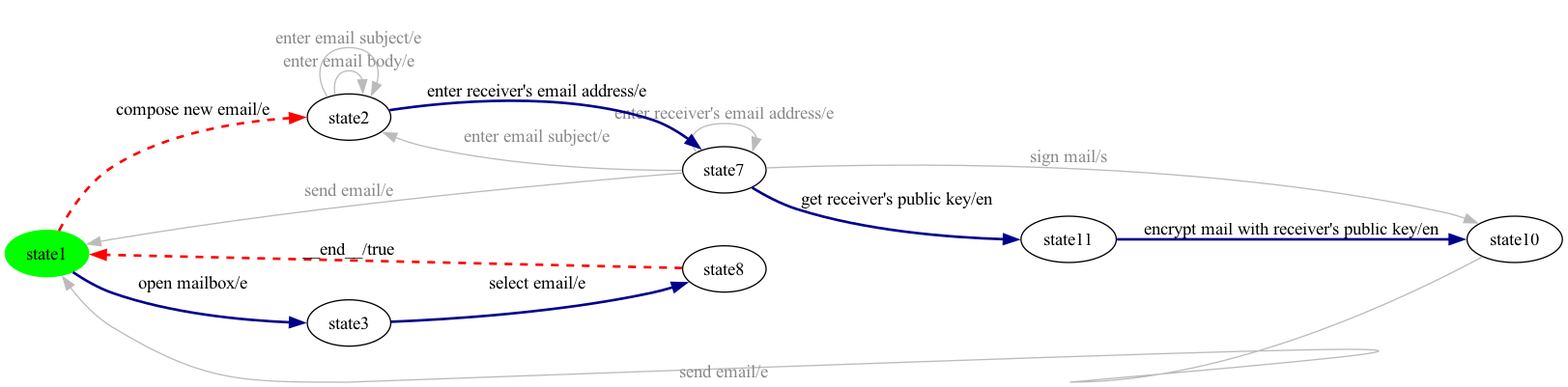
dilekozturk93/vibes keeps this Graphviz diagram as milestone-reports/per-product-all-states/eMail/eMail-product5-walk.png. Above is the earlier version. Its source is kept beside it as milestone-reports/per-product-all-states/eMail/eMail-product5-walk.dot.
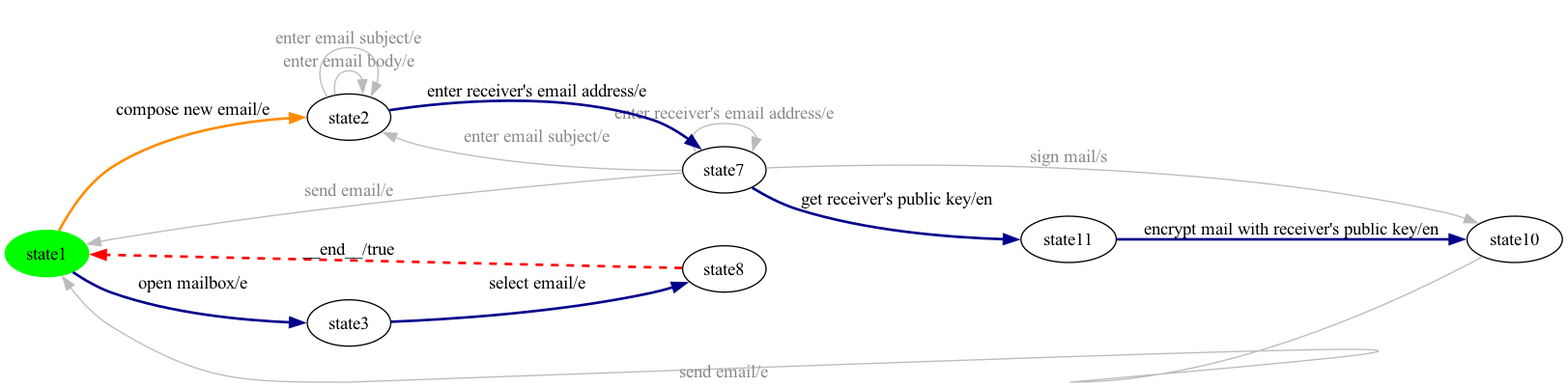
After the commit.

What changed in the source:
```diff
@@ -16,7 +16,7 @@
 state3 -> state5 [ label=" enter email subject/e ", color="#bbbbbb", fontcolor="#888888" ];
 state2 -> state0 [ label=" __end__/true ", style=dashed, color=red, penwidth=2 ];
 state0 -> state6 [ label=" open mailbox/e ", style=bold, color=darkblue, penwidth=2 ];
-state0 -> state5 [ label=" compose new email/e ", style=dashed, color=red, penwidth=2 ];
+state0 -> state5 [ label=" compose new email/e ", style=bold, color=darkorange, penwidth=2 ];
 state5 -> state5 [ label=" enter email body/e ", color="#bbbbbb", fontcolor="#888888" ];
 state5 -> state5 [ label=" enter email subject/e ", color="#bbbbbb", fontcolor="#888888" ];
 state4 -> state0 [ label=" send email/e ", color="#bbbbbb", fontcolor="#888888" ];
```
